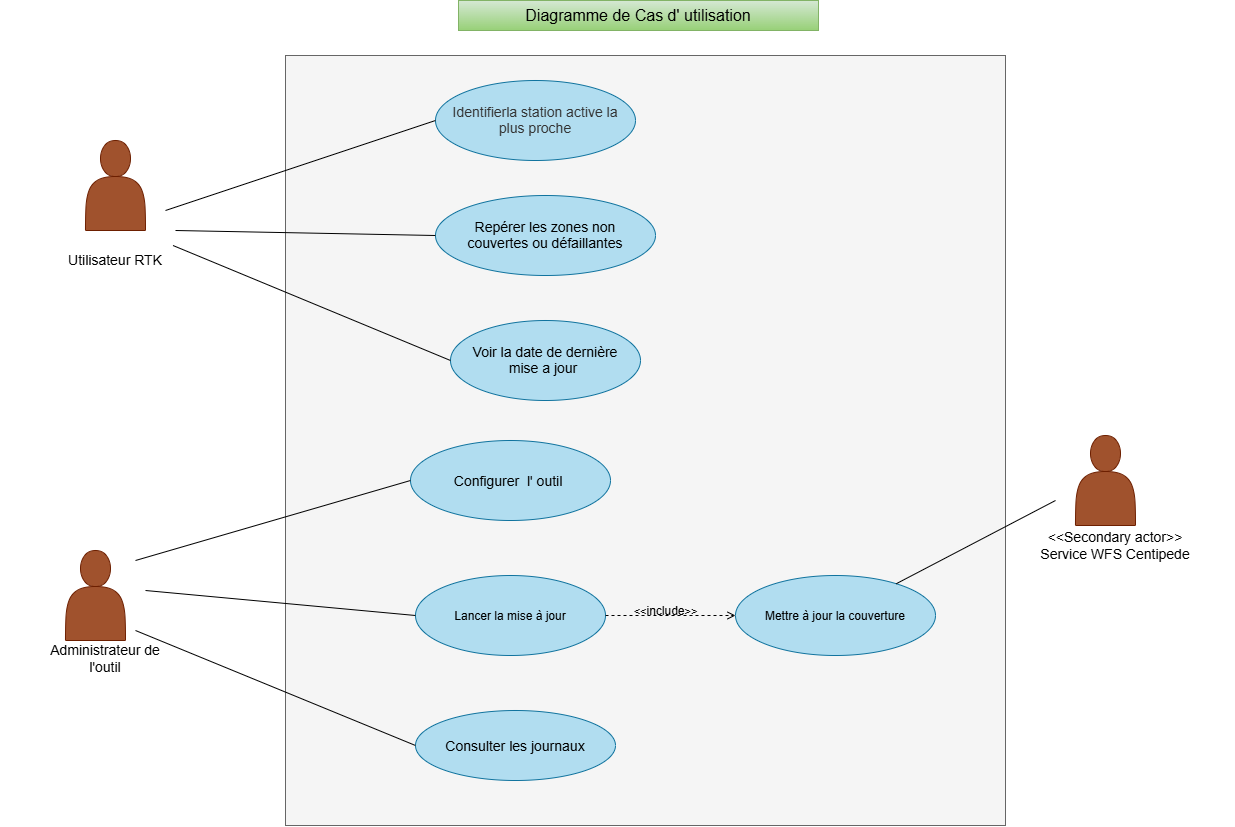
Akatebra/Projet_Info_Voronoi keeps this draw.io diagram as Diagramme de cas d'utilisation.drawio.png. Above is the earlier version. Source tidied: cells renumbered, new cells last; positions are measured from the earlier drawing's top-left corner, leaving out a move shared by most shapes.
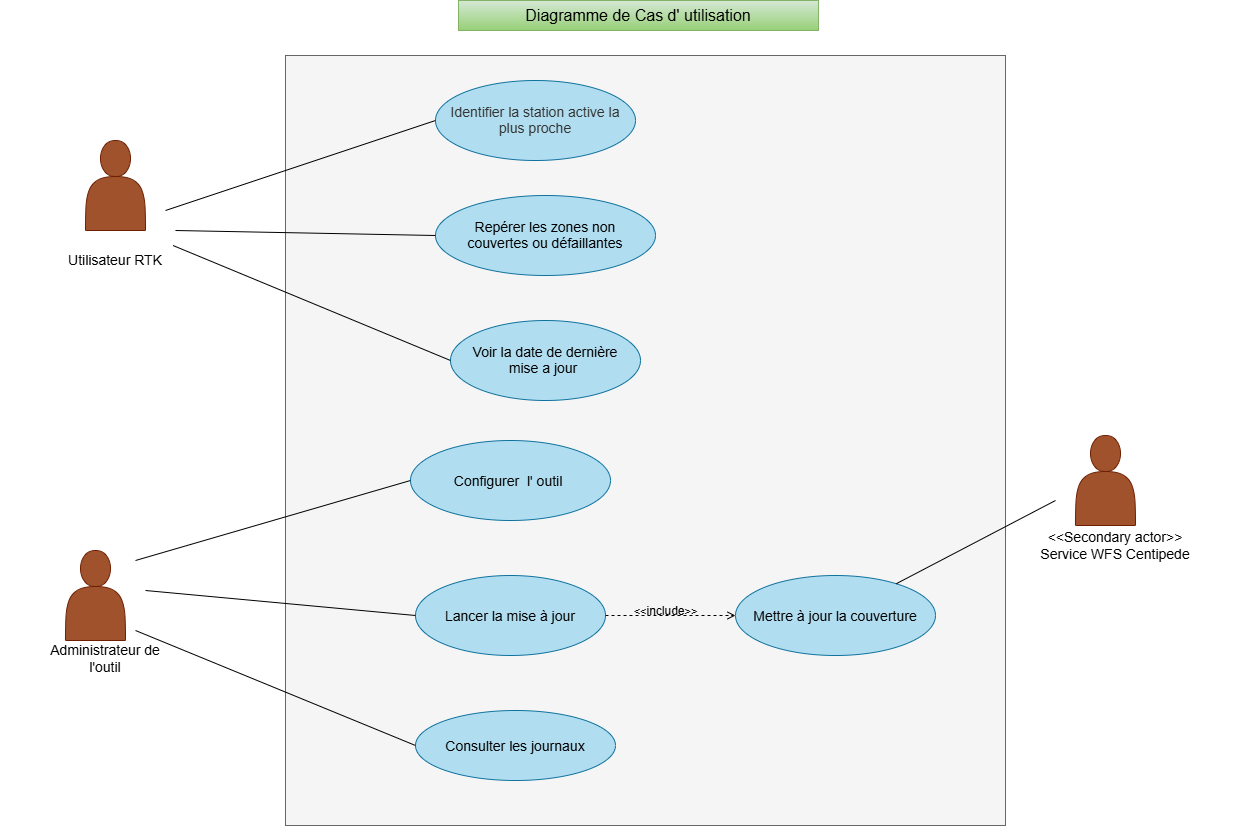
The same diagram one commit later.

Commit message:
Mettre à jour Diagramme de cas d'utilisation.drawio.png

Change to the diagram source:
```diff
@@ -14,7 +14,7 @@
     <mxCell id="5" style="shape=actor;whiteSpace=wrap;html=1;fillColor=#a0522d;fontColor=#ffffff;strokeColor=#6D1F00;" parent="1" vertex="1">
       <mxGeometry x="65" y="550" width="60" height="90" as="geometry" />
     </mxCell>
-    <mxCell id="6" value="&lt;span style=&quot;color: rgb(51, 51, 51);&quot;&gt;&lt;font style=&quot;font-size: 14px;&quot;&gt;Identifierla station active la plus proche&lt;/font&gt;&lt;/span&gt;" style="ellipse;whiteSpace=wrap;html=1;shapeInside=1;fillColor=#b1ddf0;strokeColor=#10739e;" parent="1" vertex="1">
+    <mxCell id="6" value="&lt;span style=&quot;color: rgb(51, 51, 51);&quot;&gt;&lt;font style=&quot;font-size: 14px;&quot;&gt;Identifier la station active la plus proche&lt;/font&gt;&lt;/span&gt;" style="ellipse;whiteSpace=wrap;html=1;shapeInside=1;fillColor=#b1ddf0;strokeColor=#10739e;" parent="1" vertex="1">
       <mxGeometry x="435" y="80" width="200" height="80" as="geometry" />
     </mxCell>
     <mxCell id="7" value="&lt;font style=&quot;font-size: 14px;&quot;&gt;Repérer les zones non couvertes ou défaillantes&lt;/font&gt;" style="ellipse;whiteSpace=wrap;html=1;shapeInside=1;fillColor=#b1ddf0;strokeColor=#10739e;" parent="1" vertex="1">
@@ -32,13 +32,13 @@
     <mxCell id="11" value="&lt;font style=&quot;font-size: 14px;&quot;&gt;Consulter les journaux&lt;/font&gt;" style="ellipse;whiteSpace=wrap;html=1;shapeInside=1;fillColor=#b1ddf0;strokeColor=#10739e;" parent="1" vertex="1">
       <mxGeometry x="415" y="710" width="200" height="70" as="geometry" />
     </mxCell>
-    <mxCell id="12" value="Lancer la mise à jour" style="ellipse;whiteSpace=wrap;html=1;shapeInside=1;fillColor=#b1ddf0;strokeColor=#10739e;" parent="1" vertex="1">
+    <mxCell id="12" value="&lt;font style=&quot;font-size: 14px;&quot;&gt;Lancer la mise à jour&lt;/font&gt;" style="ellipse;whiteSpace=wrap;html=1;shapeInside=1;fillColor=#b1ddf0;strokeColor=#10739e;" parent="1" vertex="1">
       <mxGeometry x="415" y="575" width="190" height="80" as="geometry" />
     </mxCell>
     <mxCell id="13" value="&amp;lt;&amp;lt;&lt;font style=&quot;font-size: 12px;&quot;&gt;include&lt;/font&gt;&amp;gt;&amp;gt;" style="html=1;verticalAlign=bottom;labelBackgroundColor=none;endArrow=open;endFill=0;dashed=1;rounded=0;defaultLabelBackgroundColor=page;labelPadding=0 4;entryX=0;entryY=0.5;entryDx=0;entryDy=0;exitX=1;exitY=0.5;exitDx=0;exitDy=0;" parent="1" edge="1" source="12" target="14">
       <mxGeometry x="-0.08" y="-5" relative="1" as="geometry" />
     </mxCell>
-    <mxCell id="14" value="Mettre à jour la couverture" style="ellipse;whiteSpace=wrap;html=1;shapeInside=1;fillColor=#b1ddf0;strokeColor=#10739e;" parent="1" vertex="1">
+    <mxCell id="14" value="&lt;font style=&quot;font-size: 14px;&quot;&gt;Mettre à jour la couverture&lt;/font&gt;" style="ellipse;whiteSpace=wrap;html=1;shapeInside=1;fillColor=#b1ddf0;strokeColor=#10739e;" parent="1" vertex="1">
       <mxGeometry x="735" y="575" width="200" height="80" as="geometry" />
     </mxCell>
     <mxCell id="15" style="endArrow=none;html=1;rounded=0;defaultLabelBackgroundColor=page;labelPadding=0 4;entryX=0;entryY=0.5;entryDx=0;entryDy=0;" parent="1" edge="1" target="6">
```
